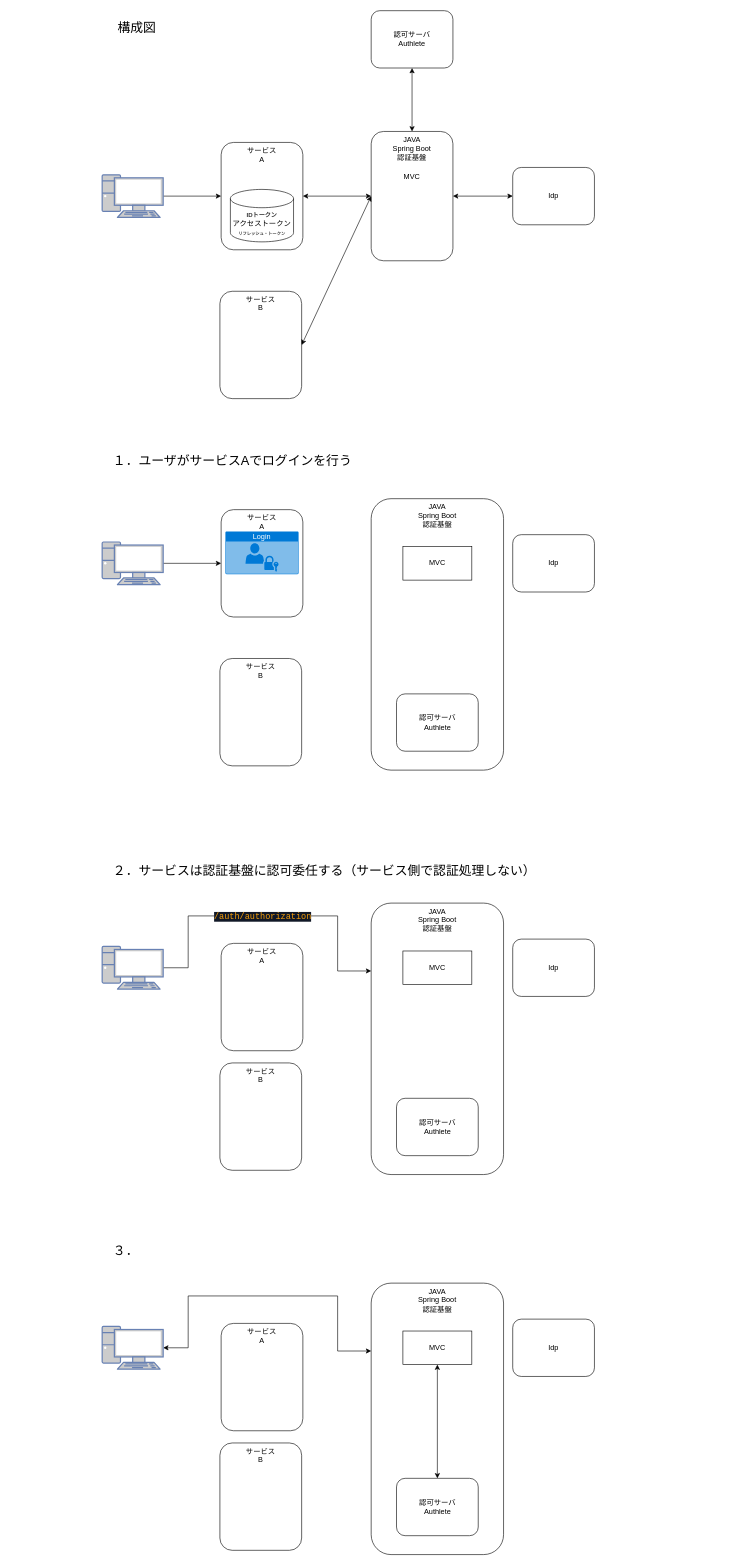
This is page "ページ2" (2 of 2) of cloudnative.drawio from kyforprogram/homework, a draw.io file, before an edit. Source tidied: cells renumbered, new cells numbered last; positions are measured from the earlier drawing's top-left corner, leaving out a move shared by most shapes. Both pictures are drawn from the tidied source at 61%, with x=0, y=0 at pixel (102, 10).
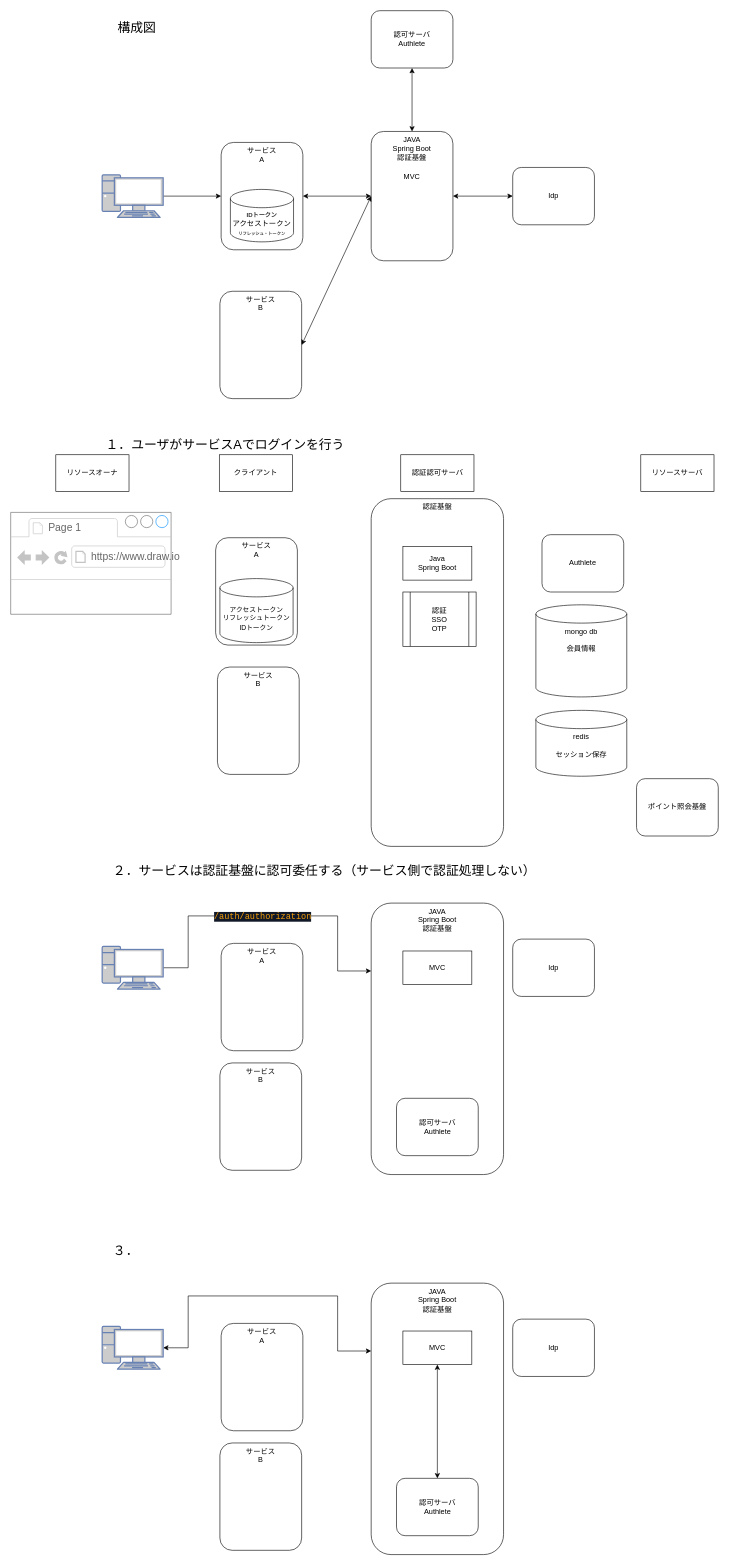
The same diagram, later.

Commit message:
cloudnative.drawio を更新します

Change to the diagram source:
```diff
@@
-    <mxCell id="16" value="JAVA&lt;div&gt;Spring Boot&lt;/div&gt;&lt;div&gt;認証基盤&lt;/div&gt;" style="rounded=1;whiteSpace=wrap;html=1;verticalAlign=top;" parent="1" vertex="1">
-      <mxGeometry x="441" y="800" width="217" height="445" as="geometry" />
+    <mxCell id="16" value="認証基盤" style="rounded=1;whiteSpace=wrap;html=1;verticalAlign=top;" parent="1" vertex="1">
+      <mxGeometry x="441" y="800" width="217" height="570" as="geometry" />
     </mxCell>
-    <mxCell id="17" value="認可サーバ&lt;div&gt;Authlete&lt;/div&gt;" style="rounded=1;whiteSpace=wrap;html=1;" parent="1" vertex="1">
-      <mxGeometry x="482.5" y="1120" width="134" height="94" as="geometry" />
+    <mxCell id="17" value="&lt;span style=&quot;background-color: transparent; color: light-dark(rgb(0, 0, 0), rgb(255, 255, 255));&quot;&gt;Authlete&lt;/span&gt;" style="rounded=1;whiteSpace=wrap;html=1;" parent="1" vertex="1">
+      <mxGeometry x="721" y="859" width="134" height="94" as="geometry" />
     </mxCell>
     <mxCell id="18" value="サービス&lt;div&gt;A&lt;/div&gt;" style="rounded=1;whiteSpace=wrap;html=1;verticalAlign=top;" parent="1" vertex="1">
-      <mxGeometry x="195" y="818" width="134" height="176" as="geometry" />
+      <mxGeometry x="186" y="864" width="134" height="176" as="geometry" />
     </mxCell>
-    <mxCell id="19" value="Idp" style="rounded=1;whiteSpace=wrap;html=1;" parent="1" vertex="1">
-      <mxGeometry x="673" y="859" width="134" height="94" as="geometry" />
-    </mxCell>
     <mxCell id="20" value="サービス&lt;br&gt;B" style="rounded=1;whiteSpace=wrap;html=1;verticalAlign=top;" parent="1" vertex="1">
-      <mxGeometry x="193" y="1062" width="134" height="176" as="geometry" />
+      <mxGeometry x="189" y="1076" width="134" height="176" as="geometry" />
     </mxCell>
-    <mxCell id="21" style="edgeStyle=orthogonalEdgeStyle;rounded=0;jettySize=auto;html=1;exitX=1;exitY=0.5;exitDx=0;exitDy=0;exitPerimeter=0;entryX=0;entryY=0.5;entryDx=0;entryDy=0;" parent="1" edge="1" source="23" target="18">
-      <mxGeometry relative="1" as="geometry" />
-    </mxCell>
     <mxCell id="22" value="&lt;span style=&quot;font-size: 21px;&quot;&gt;１．ユーザがサービスAでログインを行う&lt;/span&gt;" style="text;html=1;whiteSpace=wrap;strokeColor=none;fillColor=none;align=left;verticalAlign=middle;rounded=0;" parent="1" vertex="1">
-      <mxGeometry x="16" y="720" width="760" height="34" as="geometry" />
+      <mxGeometry x="4" y="694" width="760" height="34" as="geometry" />
     </mxCell>
-    <mxCell id="23" style="fontColor=#0066CC;verticalAlign=top;verticalLabelPosition=bottom;labelPosition=center;align=center;html=1;outlineConnect=0;fillColor=#CCCCCC;strokeColor=#6881B3;gradientColor=none;gradientDirection=north;strokeWidth=2;shape=mxgraph.networks.pc;" parent="1" vertex="1">
-      <mxGeometry y="871" width="100" height="70" as="geometry" />
-    </mxCell>
-    <mxCell id="24" value="MVC" style="text;html=1;whiteSpace=wrap;align=center;verticalAlign=middle;rounded=0;strokeColor=default;" parent="1" vertex="1">
+    <mxCell id="24" value="Java&lt;div&gt;Spring Boot&lt;/div&gt;" style="text;html=1;whiteSpace=wrap;align=center;verticalAlign=middle;rounded=0;strokeColor=default;" parent="1" vertex="1">
       <mxGeometry x="493" y="878.5" width="113" height="55" as="geometry" />
     </mxCell>
-    <mxCell id="25" value="Login" style="html=1;whiteSpace=wrap;strokeColor=none;fillColor=#0079D6;labelPosition=center;verticalLabelPosition=middle;verticalAlign=top;align=center;fontSize=12;spacingTop=-6;fontColor=#FFFFFF;sketch=0;shape=mxgraph.sitemap.login;" parent="1" vertex="1">
-      <mxGeometry x="202" y="854" width="120" height="70" as="geometry" />
-    </mxCell>
@@
+    <mxCell id="46" value="クライアント" style="rounded=0;whiteSpace=wrap;html=1;" parent="1" vertex="1">
+      <mxGeometry x="192" y="728" width="120" height="60" as="geometry" />
+    </mxCell>
+    <mxCell id="47" value="認証&lt;span style=&quot;background-color: transparent; color: light-dark(rgb(0, 0, 0), rgb(255, 255, 255));&quot;&gt;認可サーバ&lt;/span&gt;" style="rounded=0;whiteSpace=wrap;html=1;" parent="1" vertex="1">
+      <mxGeometry x="489.5" y="728" width="120" height="60" as="geometry" />
+    </mxCell>
+    <mxCell id="48" value="リソースオーナ" style="rounded=0;whiteSpace=wrap;html=1;" parent="1" vertex="1">
+      <mxGeometry x="-76" y="728" width="120" height="60" as="geometry" />
+    </mxCell>
+    <mxCell id="49" value="リソースサーバ" style="rounded=0;whiteSpace=wrap;html=1;" parent="1" vertex="1">
+      <mxGeometry x="883" y="728" width="120" height="60" as="geometry" />
+    </mxCell>
+    <mxCell id="50" value="mongo db&lt;div&gt;&lt;br&gt;&lt;/div&gt;&lt;div&gt;会員情報&lt;/div&gt;" style="shape=cylinder3;whiteSpace=wrap;html=1;boundedLbl=1;backgroundOutline=1;size=15;verticalAlign=top;" parent="1" vertex="1">
+      <mxGeometry x="711" y="974" width="149" height="151" as="geometry" />
+    </mxCell>
+    <mxCell id="51" value="ポイント照会基盤" style="rounded=1;whiteSpace=wrap;html=1;" parent="1" vertex="1">
+      <mxGeometry x="876" y="1259" width="134" height="94" as="geometry" />
+    </mxCell>
+    <mxCell id="52" value="&lt;div&gt;redis&lt;/div&gt;&lt;div&gt;&lt;br&gt;&lt;/div&gt;&lt;div&gt;セッション保存&lt;/div&gt;" style="shape=cylinder3;whiteSpace=wrap;html=1;boundedLbl=1;backgroundOutline=1;size=15;verticalAlign=top;" parent="1" vertex="1">
+      <mxGeometry x="711" y="1147" width="149" height="108" as="geometry" />
+    </mxCell>
+    <mxCell id="53" style="strokeWidth=1;shadow=0;dashed=0;align=center;html=1;shape=mxgraph.mockup.containers.browserWindow;rSize=0;strokeColor=#666666;strokeColor2=#008cff;strokeColor3=#c4c4c4;mainText=,;" parent="1" vertex="1">
+      <mxGeometry x="-150" y="822.5" width="263" height="167" as="geometry" />
+    </mxCell>
+    <mxCell id="54" value="Page 1" style="strokeWidth=1;shadow=0;dashed=0;align=center;html=1;shape=mxgraph.mockup.containers.anchor;fontSize=17;fontColor=#666666;align=left;whiteSpace=wrap;" parent="53" vertex="1">
+      <mxGeometry x="60" y="12" width="110" height="26" as="geometry" />
+    </mxCell>
+    <mxCell id="55" value="https://www.draw.io" style="strokeWidth=1;shadow=0;dashed=0;align=center;html=1;shape=mxgraph.mockup.containers.anchor;rSize=0;fontSize=17;fontColor=#666666;align=left;" parent="53" vertex="1">
+      <mxGeometry x="130" y="60" width="250" height="26" as="geometry" />
+    </mxCell>
+    <mxCell id="56" value="認証&lt;div&gt;SSO&lt;/div&gt;&lt;div&gt;OTP&lt;/div&gt;" style="shape=process;whiteSpace=wrap;html=1;backgroundOutline=1;" parent="1" vertex="1">
+      <mxGeometry x="493" y="953" width="120" height="89" as="geometry" />
+    </mxCell>
+    <mxCell id="57" value="&lt;font style=&quot;font-size: 11px;&quot;&gt;アクセストークン&lt;/font&gt;&lt;div&gt;&lt;font style=&quot;font-size: 11px;&quot;&gt;リフレッシュトークン&lt;/font&gt;&lt;/div&gt;&lt;div&gt;&lt;font style=&quot;font-size: 11px;&quot;&gt;IDトークン&lt;/font&gt;&lt;/div&gt;" style="shape=cylinder3;whiteSpace=wrap;html=1;boundedLbl=1;backgroundOutline=1;size=15;" parent="1" vertex="1">
+      <mxGeometry x="193" y="931" width="120" height="105" as="geometry" />
+    </mxCell>
```
